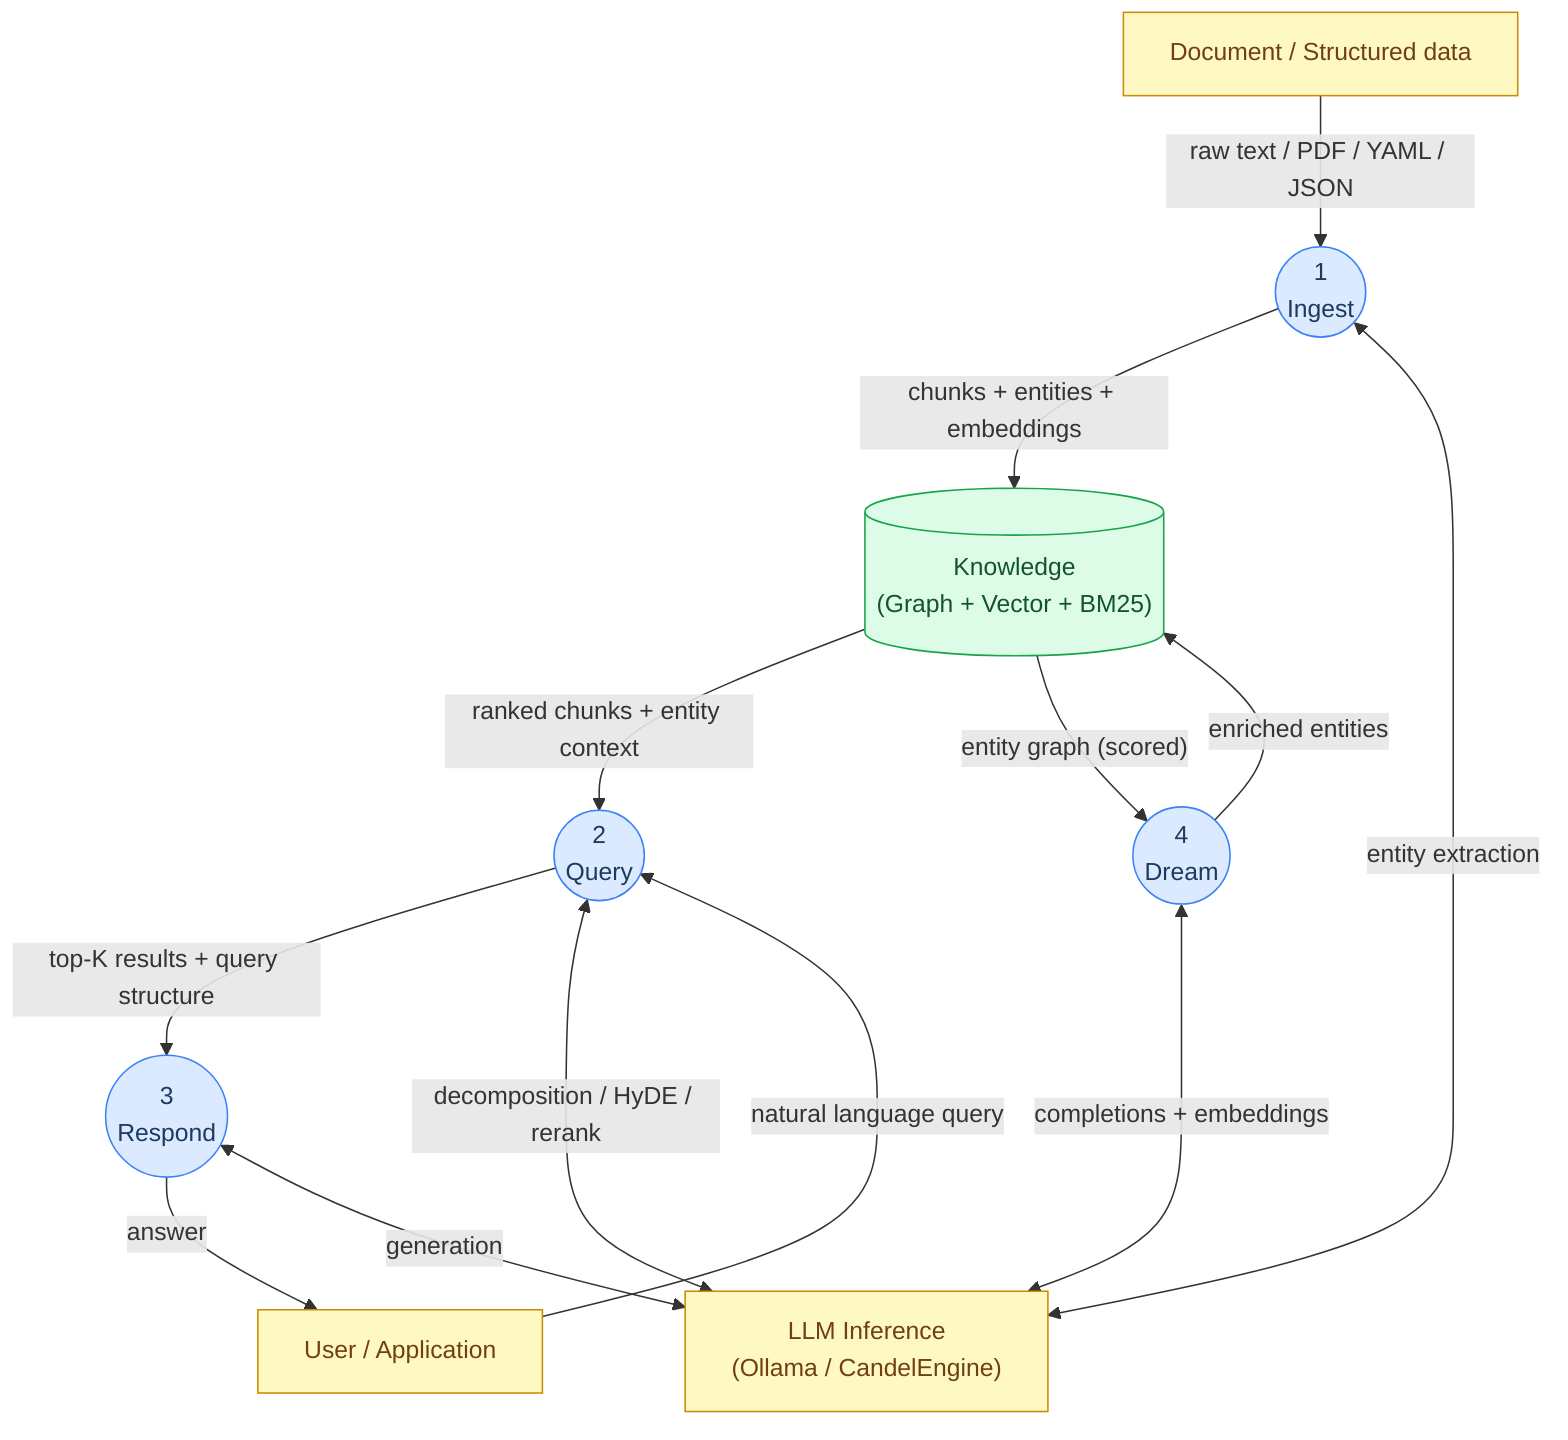
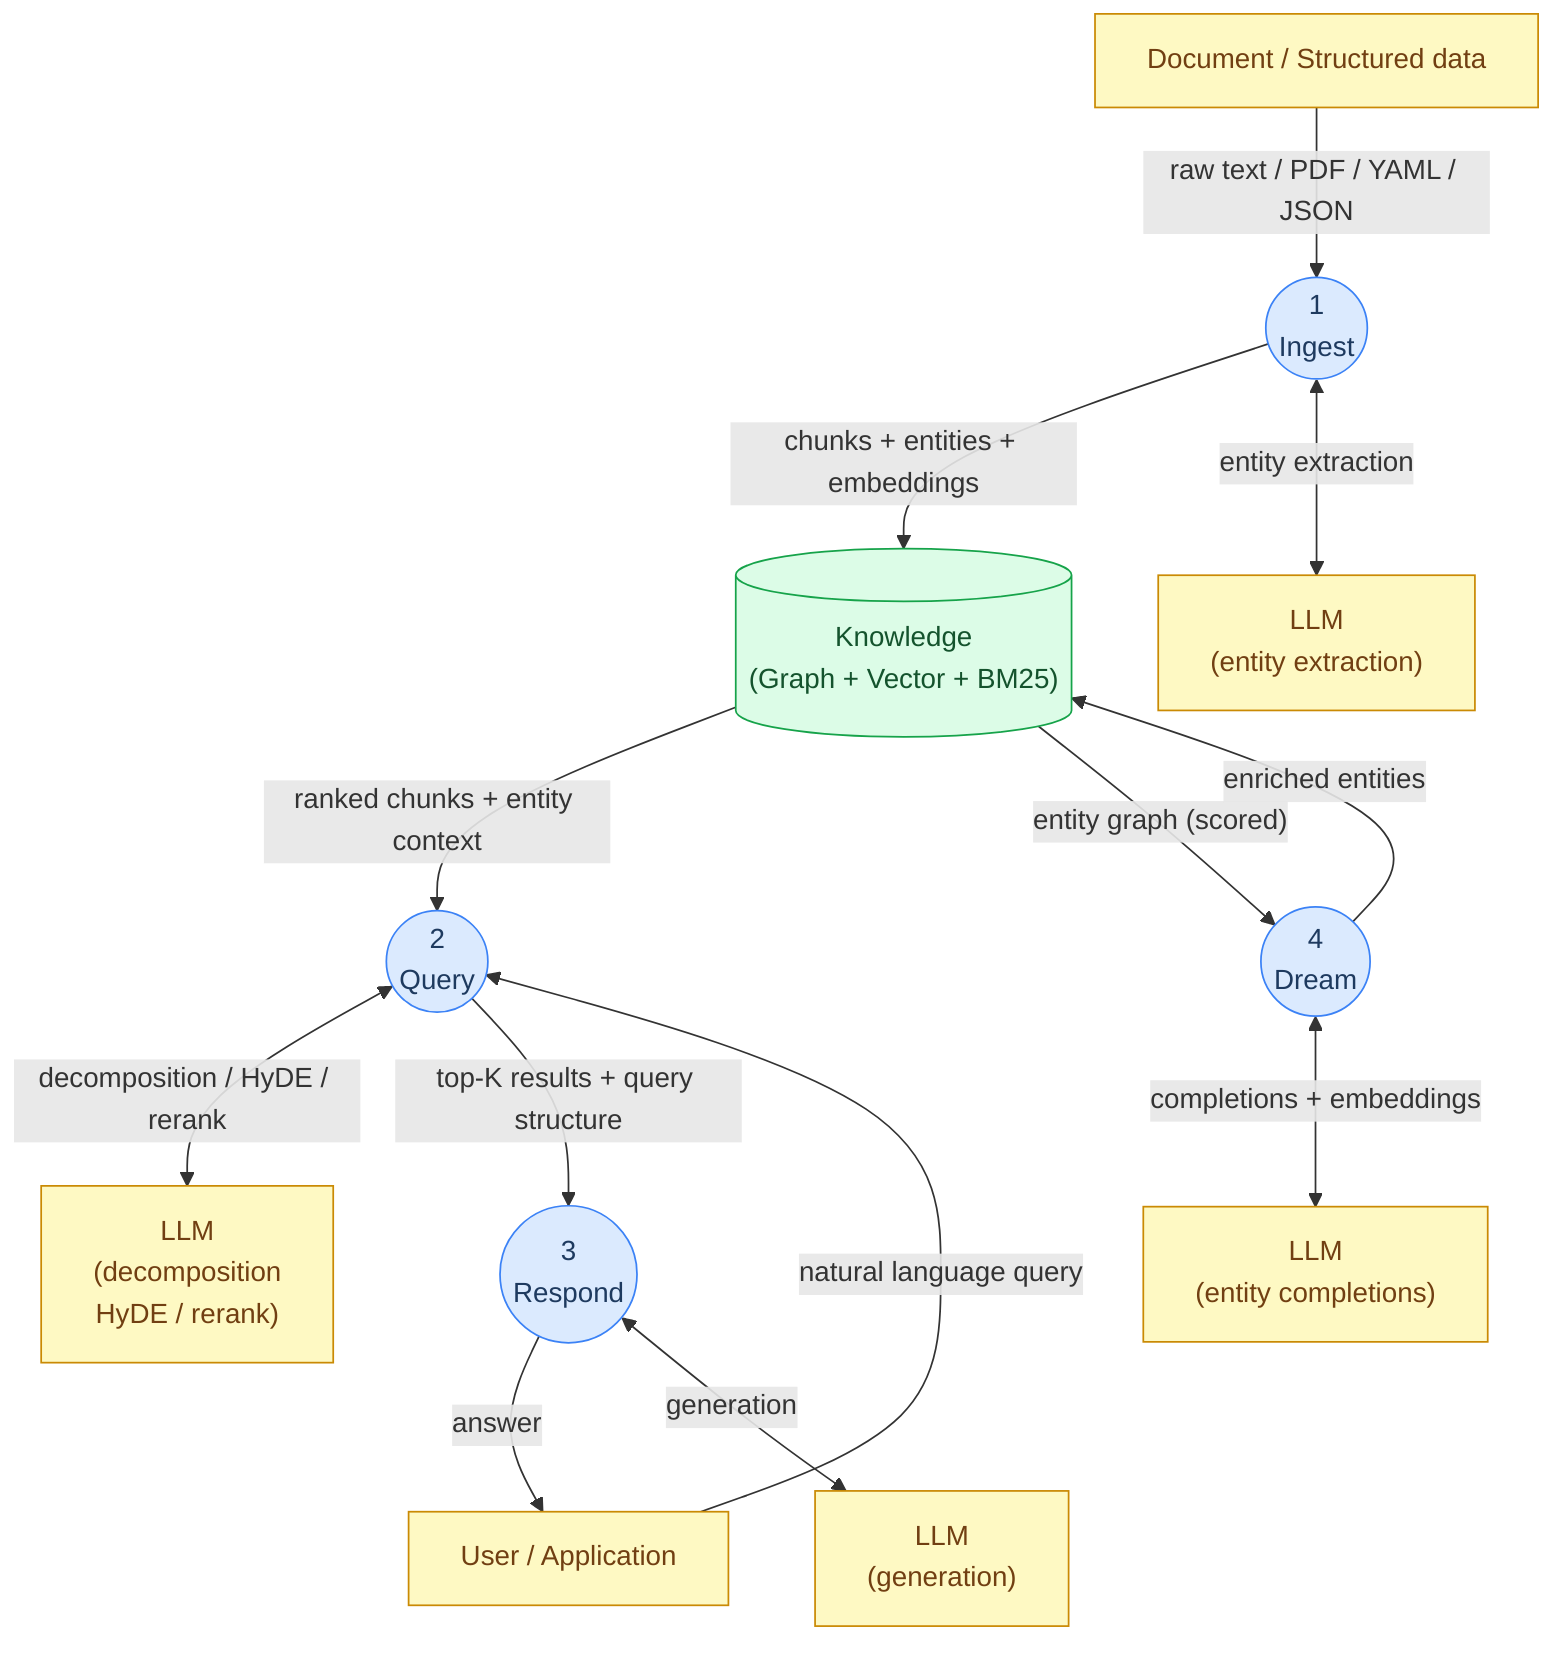
flowchart TD
    classDef process fill:#dbeafe,stroke:#3b82f6,color:#1e3a5f
    classDef external fill:#fef9c3,stroke:#ca8a04,color:#713f12
    classDef store fill:#dcfce7,stroke:#16a34a,color:#14532d

    DOC["Document / Structured data"]:::external
    USER["User / Application"]:::external
-     LLM["LLM Inference\n(Ollama / CandelEngine)"]:::external
+ 
+     LLM1["LLM\n(entity extraction)"]:::external
+     LLM2["LLM\n(decomposition\nHyDE / rerank)"]:::external
+     LLM3["LLM\n(generation)"]:::external
+     LLM4["LLM\n(entity completions)"]:::external

    P1(("1\nIngest")):::process
    P2(("2\nQuery")):::process
    P3(("3\nRespond")):::process
    P4(("4\nDream")):::process

    KB[("Knowledge\n(Graph + Vector + BM25)")]:::store

    DOC -->|"raw text / PDF / YAML / JSON"| P1
    P1 -->|"chunks + entities + embeddings"| KB
+     P1 <-->|"entity extraction"| LLM1
+ 
    USER -->|"natural language query"| P2
    KB -->|"ranked chunks + entity context"| P2
+     P2 <-->|"decomposition / HyDE / rerank"| LLM2
+ 
    P2 -->|"top-K results + query structure"| P3
    P3 -->|"answer"| USER
+     P3 <-->|"generation"| LLM3
+ 
    KB -->|"entity graph (scored)"| P4
    P4 -->|"enriched entities"| KB
-     P4 <-->|"completions + embeddings"| LLM
-     P3 <-->|"generation"| LLM
-     P2 <-->|"decomposition / HyDE / rerank"| LLM
-     P1 <-->|"entity extraction"| LLM
+     P4 <-->|"completions + embeddings"| LLM4
